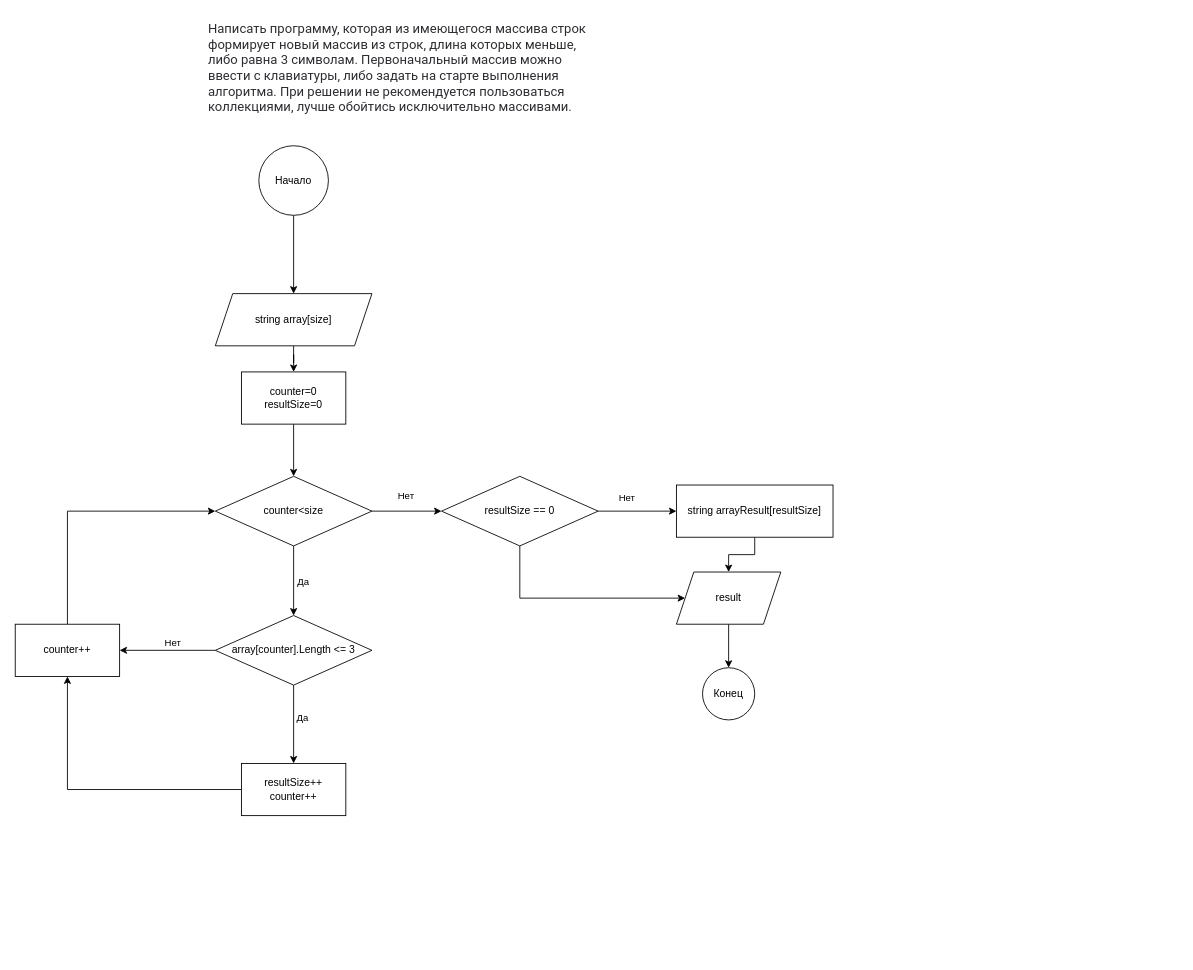
Before: Block_diagram/Block_diagram.drawio in Dr-Sanctum/Final_verification_work, a draw.io diagram. Source tidied: cells renumbered, new cells numbered last; positions are measured from the earlier drawing's top-left corner, leaving out a move shared by most shapes. Both pictures are drawn from the tidied source at 87%, with x=0, y=0 at pixel (15, 15).
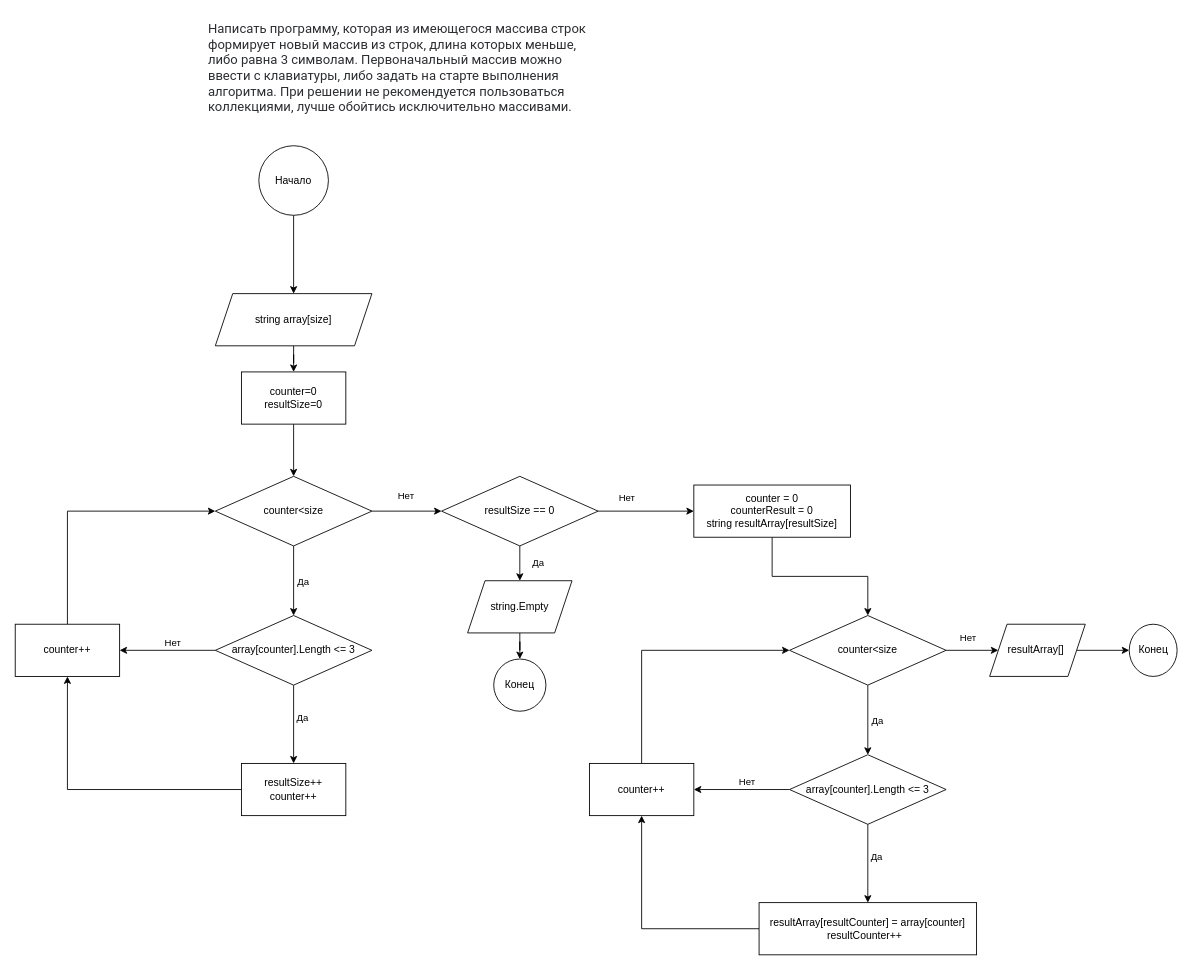
The same page after the edit.

Commit message (it also covers changes not shown here):
the block diagram is filled in

The change refers to these unchanged cells:
```xml
<mxCell id="29" value="resultSize == 0" style="rhombus;whiteSpace=wrap;html=1;" parent="1" vertex="1">
  <mxGeometry x="490" y="530" width="180" height="80" as="geometry" />
</mxCell>
```

What changed in the source:
```diff
@@
-    <mxCell id="12" style="edgeStyle=orthogonalEdgeStyle;rounded=0;jettySize=auto;html=1;" parent="1" edge="1" source="13" target="16">
-      <mxGeometry relative="1" as="geometry" />
-    </mxCell>
-    <mxCell id="13" value="string arrayResult[resultSize]" style="whiteSpace=wrap;html=1;" parent="1" vertex="1">
-      <mxGeometry x="760" y="540" width="180" height="60" as="geometry" />
-    </mxCell>
-    <mxCell id="14" value="Конец" style="ellipse;whiteSpace=wrap;html=1;" parent="1" vertex="1">
-      <mxGeometry x="790" y="750" width="60" height="60" as="geometry" />
-    </mxCell>
-    <mxCell id="15" style="edgeStyle=orthogonalEdgeStyle;rounded=0;jettySize=auto;html=1;" parent="1" edge="1" source="16" target="14">
-      <mxGeometry relative="1" as="geometry" />
-    </mxCell>
-    <mxCell id="16" value="result" style="shape=parallelogram;perimeter=parallelogramPerimeter;whiteSpace=wrap;html=1;fixedSize=1;" parent="1" vertex="1">
-      <mxGeometry x="760" y="640" width="120" height="60" as="geometry" />
-    </mxCell>
@@
-    <mxCell id="27" style="edgeStyle=orthogonalEdgeStyle;rounded=0;jettySize=auto;html=1;" parent="1" edge="1" source="29" target="13">
+    <mxCell id="27" style="edgeStyle=orthogonalEdgeStyle;rounded=0;jettySize=auto;html=1;entryX=0;entryY=0.5;entryDx=0;entryDy=0;" parent="1" edge="1" source="29" target="36">
       <mxGeometry relative="1" as="geometry" />
     </mxCell>
-    <mxCell id="28" style="edgeStyle=orthogonalEdgeStyle;rounded=0;jettySize=auto;html=1;exitX=0.5;exitY=1;exitDx=0;exitDy=0;entryX=0;entryY=0.5;entryDx=0;entryDy=0;" parent="1" edge="1" source="29" target="16">
-      <mxGeometry relative="1" as="geometry">
-        <Array as="points">
-          <mxPoint x="580" y="670" />
-        </Array>
-      </mxGeometry>
+    <mxCell id="28" style="edgeStyle=orthogonalEdgeStyle;rounded=0;jettySize=auto;html=1;exitX=0.5;exitY=1;exitDx=0;exitDy=0;entryX=0.5;entryY=0;entryDx=0;entryDy=0;" parent="1" edge="1" source="29" target="34">
+      <mxGeometry relative="1" as="geometry" />
     </mxCell>
@@
+    <mxCell id="32" value="Конец" style="ellipse;whiteSpace=wrap;html=1;" parent="1" vertex="1">
+      <mxGeometry x="550" y="740" width="60" height="60" as="geometry" />
+    </mxCell>
+    <mxCell id="33" style="edgeStyle=orthogonalEdgeStyle;rounded=0;jettySize=auto;html=1;" parent="1" edge="1" source="34" target="32">
+      <mxGeometry relative="1" as="geometry" />
+    </mxCell>
+    <mxCell id="34" value="string.Empty" style="shape=parallelogram;perimeter=parallelogramPerimeter;whiteSpace=wrap;html=1;fixedSize=1;" parent="1" vertex="1">
+      <mxGeometry x="520" y="650" width="120" height="60" as="geometry" />
+    </mxCell>
+    <mxCell id="35" style="edgeStyle=orthogonalEdgeStyle;rounded=0;jettySize=auto;html=1;" parent="1" edge="1" source="36" target="40">
+      <mxGeometry relative="1" as="geometry" />
+    </mxCell>
+    <mxCell id="36" value="counter = 0&lt;br&gt;counterResult = 0&lt;br&gt;string resultArray[resultSize]" style="whiteSpace=wrap;html=1;" parent="1" vertex="1">
+      <mxGeometry x="780" y="540" width="180" height="60" as="geometry" />
+    </mxCell>
+    <mxCell id="37" style="edgeStyle=orthogonalEdgeStyle;rounded=0;jettySize=auto;html=1;" parent="1" edge="1" source="40" target="44">
+      <mxGeometry relative="1" as="geometry" />
+    </mxCell>
+    <mxCell id="38" value="Да" style="edgeLabel;html=1;align=center;verticalAlign=middle;" parent="37" vertex="1">
+      <mxGeometry x="0.29" y="-1" relative="1" as="geometry">
+        <mxPoint x="11" y="-12" as="offset" />
+      </mxGeometry>
+    </mxCell>
+    <mxCell id="39" style="edgeStyle=orthogonalEdgeStyle;rounded=0;jettySize=auto;html=1;" parent="1" edge="1" source="40" target="52">
+      <mxGeometry relative="1" as="geometry" />
+    </mxCell>
+    <mxCell id="40" value="counter&amp;lt;size" style="rhombus;whiteSpace=wrap;html=1;" parent="1" vertex="1">
+      <mxGeometry x="890" y="690" width="180" height="80" as="geometry" />
+    </mxCell>
+    <mxCell id="41" style="edgeStyle=orthogonalEdgeStyle;rounded=0;jettySize=auto;html=1;" parent="1" edge="1" source="44" target="46">
+      <mxGeometry relative="1" as="geometry" />
+    </mxCell>
+    <mxCell id="42" style="edgeStyle=orthogonalEdgeStyle;rounded=0;jettySize=auto;html=1;" parent="1" edge="1" source="44" target="49">
+      <mxGeometry relative="1" as="geometry" />
+    </mxCell>
+    <mxCell id="43" value="Нет" style="edgeLabel;html=1;align=center;verticalAlign=middle;" parent="42" vertex="1">
+      <mxGeometry x="-0.29" relative="1" as="geometry">
+        <mxPoint x="-11" y="-10" as="offset" />
+      </mxGeometry>
+    </mxCell>
+    <mxCell id="44" value="array[counter].Length &amp;lt;= 3" style="rhombus;whiteSpace=wrap;html=1;" parent="1" vertex="1">
+      <mxGeometry x="890" y="850" width="180" height="80" as="geometry" />
+    </mxCell>
+    <mxCell id="45" style="edgeStyle=orthogonalEdgeStyle;rounded=0;jettySize=auto;html=1;exitX=0;exitY=0.5;exitDx=0;exitDy=0;entryX=0.5;entryY=1;entryDx=0;entryDy=0;" parent="1" edge="1" source="46" target="49">
+      <mxGeometry relative="1" as="geometry" />
+    </mxCell>
+    <mxCell id="46" value="resultArray[resultCounter] = array[counter]&lt;br&gt;resultCounter++&amp;nbsp;&amp;nbsp;" style="whiteSpace=wrap;html=1;" parent="1" vertex="1">
+      <mxGeometry x="855" y="1020" width="250" height="60" as="geometry" />
+    </mxCell>
+    <mxCell id="47" value="Да" style="edgeLabel;html=1;align=center;verticalAlign=middle;" parent="1" vertex="1">
+      <mxGeometry x="990" y="819.7" as="geometry">
+        <mxPoint x="-1" y="148" as="offset" />
+      </mxGeometry>
+    </mxCell>
+    <mxCell id="48" style="edgeStyle=orthogonalEdgeStyle;rounded=0;jettySize=auto;html=1;exitX=0.5;exitY=0;exitDx=0;exitDy=0;entryX=0;entryY=0.5;entryDx=0;entryDy=0;" parent="1" edge="1" source="49" target="40">
+      <mxGeometry relative="1" as="geometry" />
+    </mxCell>
+    <mxCell id="49" value="counter++" style="whiteSpace=wrap;html=1;" parent="1" vertex="1">
+      <mxGeometry x="660" y="860" width="120" height="60" as="geometry" />
+    </mxCell>
+    <mxCell id="50" value="Да" style="edgeLabel;html=1;align=center;verticalAlign=middle;" parent="1" vertex="1">
+      <mxGeometry x="340" y="660" as="geometry">
+        <mxPoint x="260" y="-32" as="offset" />
+      </mxGeometry>
+    </mxCell>
+    <mxCell id="51" style="edgeStyle=orthogonalEdgeStyle;rounded=0;jettySize=auto;html=1;" parent="1" edge="1" source="52" target="53">
+      <mxGeometry relative="1" as="geometry" />
+    </mxCell>
+    <mxCell id="52" value="resultArray[]&amp;nbsp;" style="shape=parallelogram;perimeter=parallelogramPerimeter;whiteSpace=wrap;html=1;fixedSize=1;" parent="1" vertex="1">
+      <mxGeometry x="1120" y="700" width="110" height="60" as="geometry" />
+    </mxCell>
+    <mxCell id="53" value="Конец" style="ellipse;whiteSpace=wrap;html=1;" parent="1" vertex="1">
+      <mxGeometry x="1280.5" y="700" width="55" height="60" as="geometry" />
+    </mxCell>
+    <mxCell id="54" value="Нет" style="edgeLabel;html=1;align=center;verticalAlign=middle;" parent="1" vertex="1">
+      <mxGeometry x="850" y="890" as="geometry">
+        <mxPoint x="244" y="-175" as="offset" />
+      </mxGeometry>
+    </mxCell>
```
